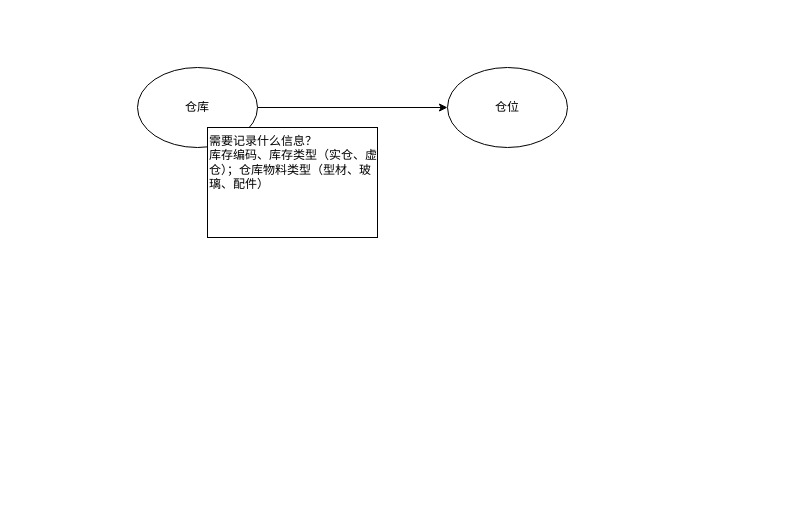
Earlier version of the draw.io diagram ERP系统疏理.drawio (liepig1223/drawio). Source tidied: cells renumbered, new cells numbered last; positions are measured from the earlier drawing's top-left corner, leaving out a move shared by most shapes. Both pictures are drawn from the tidied source at 100%, with x=0, y=0 at pixel (137, 67).
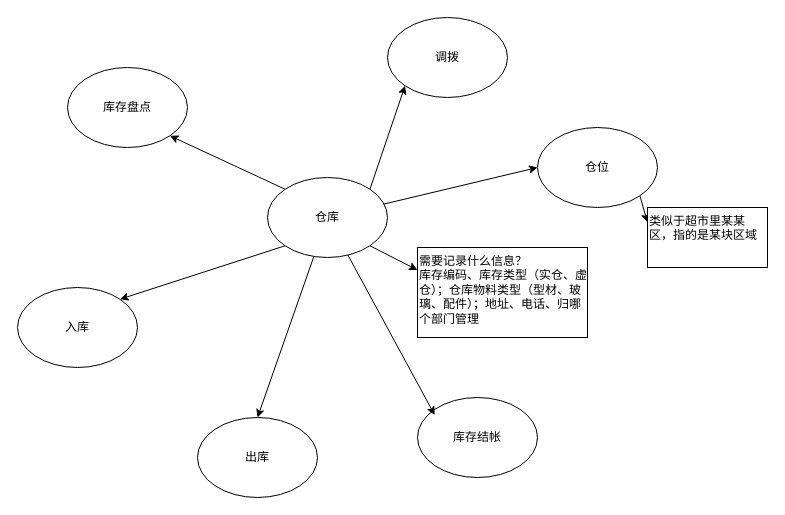
The same page after the edit.

Commit message:
更新ERP系统疏理.drawio

The edit, as a diff of the source:
```diff
@@
 <mxGraphModel>
   <root>
     <mxCell id="0" />
     <mxCell id="1" parent="0" />
-    <mxCell id="2" style="edgeStyle=orthogonalEdgeStyle;rounded=0;jettySize=auto;html=1;entryX=0;entryY=0.5;entryDx=0;entryDy=0;" parent="1" edge="1" source="3" target="4">
+    <mxCell id="2" style="rounded=0;jettySize=auto;html=1;entryX=0;entryY=0.5;entryDx=0;entryDy=0;" parent="1" edge="1" source="3" target="4">
       <mxGeometry relative="1" as="geometry" />
     </mxCell>
+    <mxCell id="6" style="rounded=0;jettySize=auto;html=1;exitX=0;exitY=1;exitDx=0;exitDy=0;entryX=1;entryY=0;entryDx=0;entryDy=0;" parent="1" edge="1" source="3" target="13">
+      <mxGeometry relative="1" as="geometry" />
+    </mxCell>
+    <mxCell id="7" style="rounded=0;jettySize=auto;html=1;exitX=1;exitY=1;exitDx=0;exitDy=0;entryX=0;entryY=0.25;entryDx=0;entryDy=0;" parent="1" edge="1" source="3" target="5">
+      <mxGeometry relative="1" as="geometry" />
+    </mxCell>
+    <mxCell id="8" style="edgeStyle=none;rounded=0;jettySize=auto;html=1;exitX=0;exitY=0;exitDx=0;exitDy=0;entryX=1;entryY=1;entryDx=0;entryDy=0;" parent="1" edge="1" source="3" target="15">
+      <mxGeometry relative="1" as="geometry" />
+    </mxCell>
+    <mxCell id="9" style="edgeStyle=none;rounded=0;jettySize=auto;html=1;exitX=1;exitY=0;exitDx=0;exitDy=0;entryX=0;entryY=1;entryDx=0;entryDy=0;" parent="1" edge="1" source="3" target="16">
+      <mxGeometry relative="1" as="geometry" />
+    </mxCell>
+    <mxCell id="10" style="edgeStyle=none;rounded=0;jettySize=auto;html=1;entryX=0.5;entryY=0;entryDx=0;entryDy=0;" parent="1" edge="1" source="3" target="14">
+      <mxGeometry relative="1" as="geometry" />
+    </mxCell>
     <mxCell id="3" value="仓库" style="ellipse;whiteSpace=wrap;html=1;" parent="1" vertex="1">
-      <mxGeometry width="120" height="80" as="geometry" />
+      <mxGeometry x="130" y="110" width="120" height="80" as="geometry" />
     </mxCell>
+    <mxCell id="11" style="rounded=0;jettySize=auto;html=1;exitX=1;exitY=1;exitDx=0;exitDy=0;entryX=0;entryY=0.25;entryDx=0;entryDy=0;" parent="1" edge="1" source="4" target="12">
+      <mxGeometry relative="1" as="geometry" />
+    </mxCell>
     <mxCell id="4" value="仓位" style="ellipse;whiteSpace=wrap;html=1;" parent="1" vertex="1">
-      <mxGeometry x="310" width="120" height="80" as="geometry" />
+      <mxGeometry x="400" y="60" width="120" height="80" as="geometry" />
     </mxCell>
-    <mxCell id="5" value="&lt;div&gt;需要记录什么信息？&lt;/div&gt;库存编码、库存类型（实仓、虚仓）；仓库物料类型（型材、玻璃、配件）" style="rounded=0;whiteSpace=wrap;html=1;labelPosition=center;verticalLabelPosition=middle;align=left;verticalAlign=top;" parent="1" vertex="1">
-      <mxGeometry x="70" y="60" width="170" height="110" as="geometry" />
+    <mxCell id="5" value="&lt;div&gt;需要记录什么信息？&lt;/div&gt;库存编码、库存类型（实仓、虚仓）；仓库物料类型（型材、玻璃、配件）；地址、电话、归哪个部门管理" style="rounded=0;whiteSpace=wrap;html=1;labelPosition=center;verticalLabelPosition=middle;align=left;verticalAlign=top;" parent="1" vertex="1">
+      <mxGeometry x="280" y="180" width="170" height="90" as="geometry" />
     </mxCell>
+    <mxCell id="12" value="类似于超市里某某区，指的是某块区域" style="rounded=0;whiteSpace=wrap;html=1;verticalAlign=top;align=left;" parent="1" vertex="1">
+      <mxGeometry x="510" y="140" width="120" height="60" as="geometry" />
+    </mxCell>
+    <mxCell id="13" value="入库" style="ellipse;whiteSpace=wrap;html=1;" parent="1" vertex="1">
+      <mxGeometry x="-120" y="220" width="120" height="80" as="geometry" />
+    </mxCell>
+    <mxCell id="14" value="出库" style="ellipse;whiteSpace=wrap;html=1;" parent="1" vertex="1">
+      <mxGeometry x="60" y="350" width="120" height="80" as="geometry" />
+    </mxCell>
+    <mxCell id="15" value="库存盘点" style="ellipse;whiteSpace=wrap;html=1;" parent="1" vertex="1">
+      <mxGeometry x="-70" width="120" height="80" as="geometry" />
+    </mxCell>
+    <mxCell id="16" value="调拨" style="ellipse;whiteSpace=wrap;html=1;" parent="1" vertex="1">
+      <mxGeometry x="250" y="-50" width="120" height="80" as="geometry" />
+    </mxCell>
+    <mxCell id="17" value="库存结帐" style="ellipse;whiteSpace=wrap;html=1;" parent="1" vertex="1">
+      <mxGeometry x="280" y="330" width="120" height="80" as="geometry" />
+    </mxCell>
+    <mxCell id="18" style="edgeStyle=none;rounded=0;jettySize=auto;html=1;entryX=0.143;entryY=0.218;entryDx=0;entryDy=0;entryPerimeter=0;" parent="1" edge="1" source="3" target="17">
+      <mxGeometry relative="1" as="geometry" />
+    </mxCell>
   </root>
 </mxGraphModel>
```
